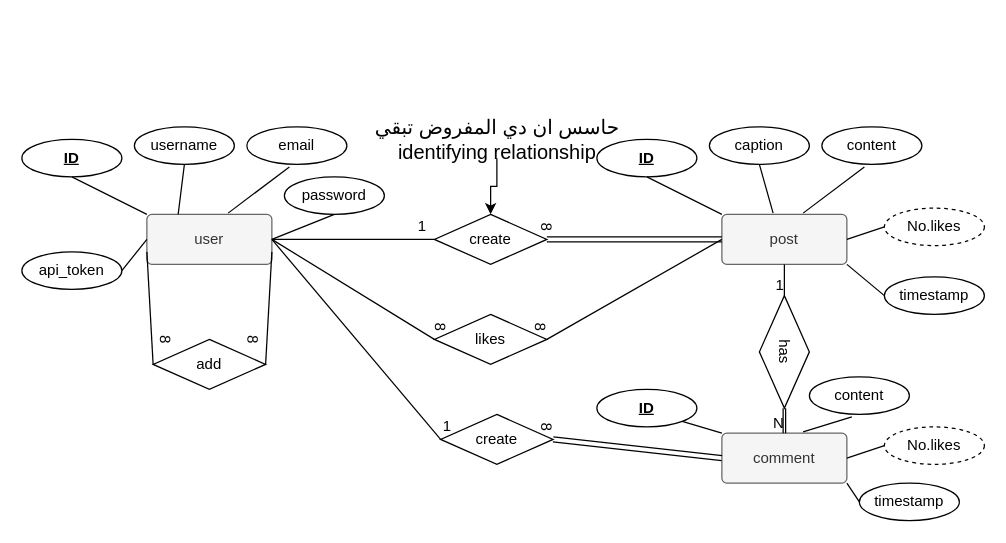
Earlier version of the draw.io diagram ER diagram.drawio (MohammadEssam0/database-related-things). Source tidied: cells renumbered, new cells numbered last; positions are measured from the earlier drawing's top-left corner, leaving out a move shared by most shapes. Both pictures are drawn from the tidied source at 125%, with x=0, y=0 at pixel (21, 120).
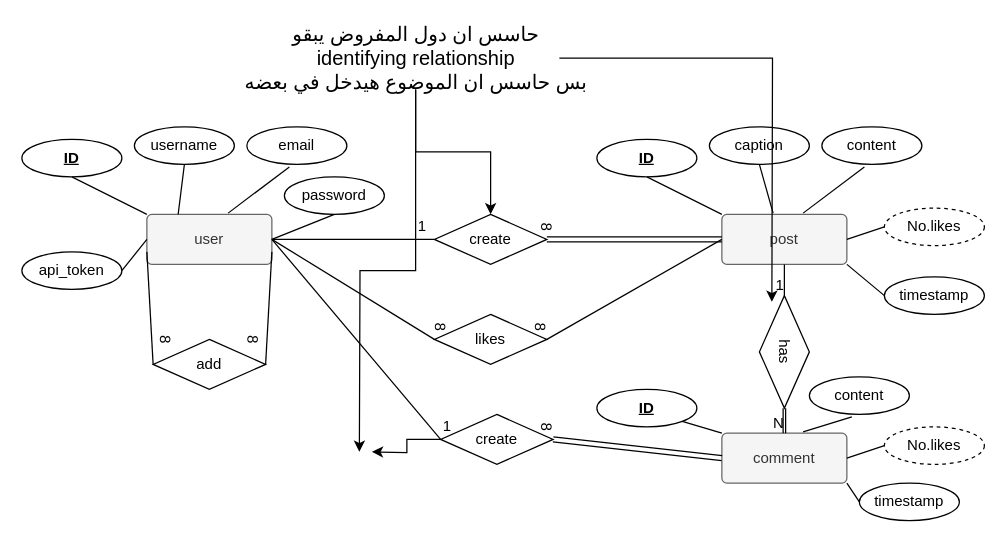
Above is the later version.

Unchanged cells that the change refers to:
```xml
<mxCell id="31" value="create" style="shape=rhombus;perimeter=rhombusPerimeter;whiteSpace=wrap;html=1;align=center;" parent="1" vertex="1">
  <mxGeometry x="335" y="235" width="90" height="40" as="geometry" />
</mxCell>
```

What changed in the source:
```diff
@@
+    <mxCell id="60" style="edgeStyle=orthogonalEdgeStyle;rounded=0;jettySize=auto;html=1;" parent="1" edge="1" source="30">
+      <mxGeometry relative="1" as="geometry">
+        <mxPoint x="600" y="145" as="targetPoint" />
+      </mxGeometry>
+    </mxCell>
+    <mxCell id="61" style="edgeStyle=orthogonalEdgeStyle;rounded=0;jettySize=auto;html=1;" parent="1" edge="1" source="30">
+      <mxGeometry relative="1" as="geometry">
+        <mxPoint x="270" y="265" as="targetPoint" />
+      </mxGeometry>
+    </mxCell>
-    <mxCell id="30" value="&lt;div style=&quot;font-size: 16px&quot;&gt;&lt;font style=&quot;font-size: 16px&quot;&gt;حاسس ان دي المفروض تبقي&lt;/font&gt;&lt;/div&gt;&lt;div style=&quot;font-size: 16px&quot;&gt;&lt;font style=&quot;font-size: 16px&quot;&gt;identifying relationship&lt;/font&gt;&lt;br&gt;&lt;/div&gt;" style="text;html=1;align=center;verticalAlign=middle;points=[];strokeColor=none;fillColor=none;" parent="1" vertex="1">
-      <mxGeometry x="295" width="170" height="30" as="geometry" />
+    <mxCell id="30" value="&lt;div style=&quot;font-size: 16px&quot;&gt;&lt;font style=&quot;font-size: 16px&quot;&gt;حاسس ان دول المفروض يبقو&lt;br&gt;&lt;/font&gt;&lt;/div&gt;&lt;div style=&quot;font-size: 16px&quot;&gt;&lt;font style=&quot;font-size: 16px&quot;&gt;identifying relationship&lt;/font&gt;&lt;/div&gt;&lt;div style=&quot;font-size: 16px&quot;&gt;بس حاسس ان الموضوع هيدخل في بعضه&lt;br&gt;&lt;/div&gt;" style="text;html=1;align=center;verticalAlign=middle;points=[];strokeColor=none;fillColor=none;" parent="1" vertex="1">
+      <mxGeometry x="200" y="-75" width="230" height="50" as="geometry" />
     </mxCell>
+    <mxCell id="62" style="edgeStyle=orthogonalEdgeStyle;rounded=0;jettySize=auto;html=1;" parent="1" edge="1" source="31">
+      <mxGeometry relative="1" as="geometry">
+        <mxPoint x="280" y="265" as="targetPoint" />
+      </mxGeometry>
+    </mxCell>
```
